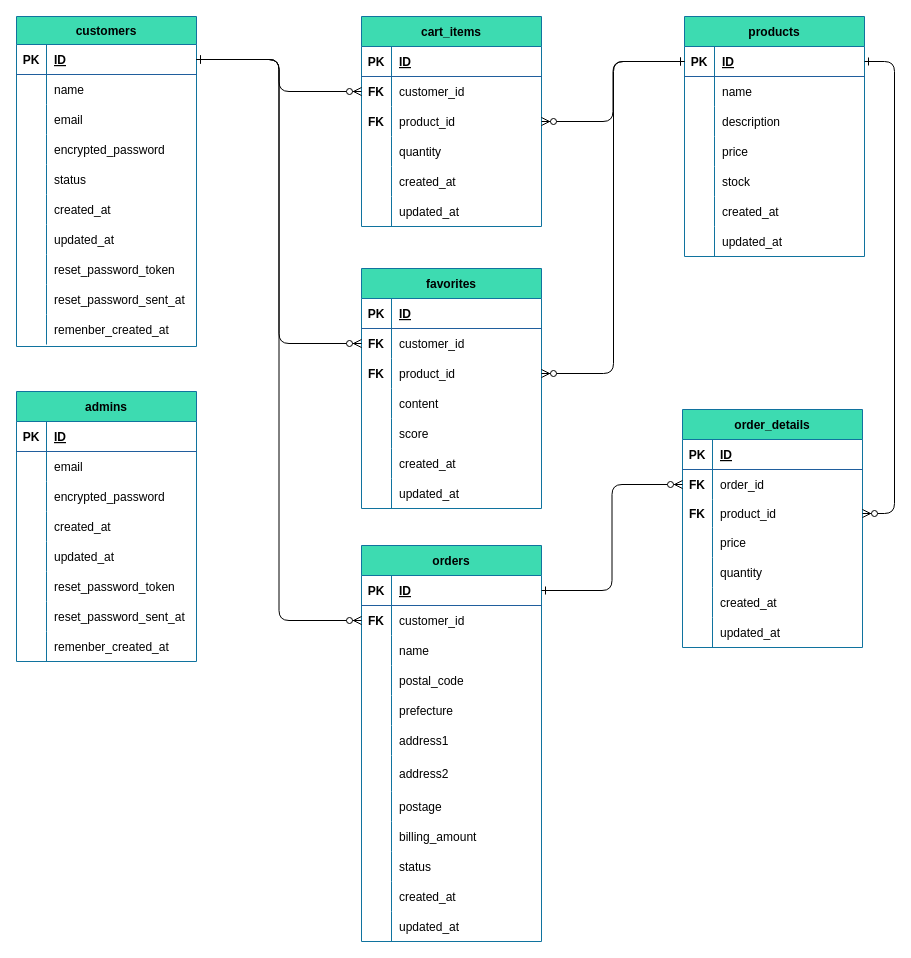
Earlier version of the draw.io diagram app/assets/drawio/er.drawio (sakuraishiho/NEW-shopfizz). Source tidied: cells renumbered, new cells numbered last; positions are measured from the earlier drawing's top-left corner, leaving out a move shared by most shapes. Both pictures are drawn from the tidied source at 100%, with x=0, y=0 at pixel (-53, 16).
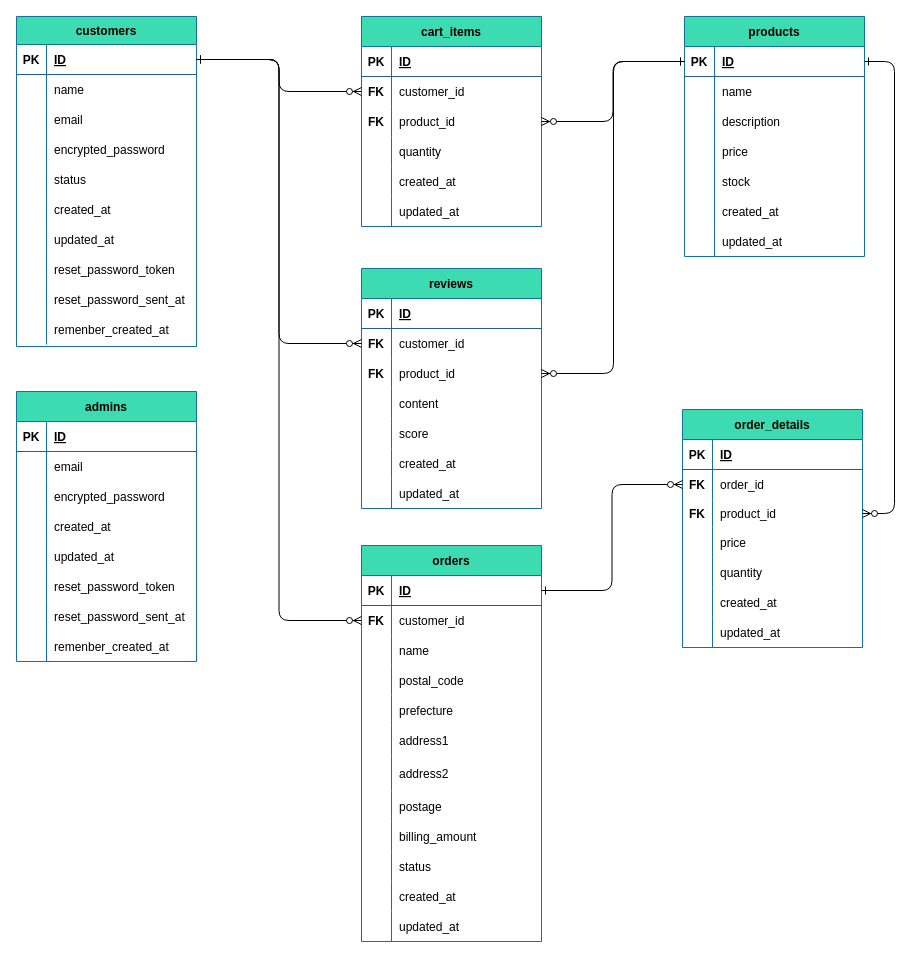
Above is the later version.

The edit, as a diff of the source:
```diff
@@
-    <mxCell id="159" value="favorites" style="shape=table;startSize=30;childLayout=tableLayout;rowLines=0;fontStyle=1;align=center;rounded=0;sketch=0;strokeColor=#10739e;strokeWidth=1;fillColor=#3ddbb1;" parent="1" vertex="1">
+    <mxCell id="159" value="reviews" style="shape=table;startSize=30;childLayout=tableLayout;rowLines=0;fontStyle=1;align=center;rounded=0;sketch=0;strokeColor=#10739e;strokeWidth=1;fillColor=#3ddbb1;" parent="1" vertex="1">
       <mxGeometry x="414" y="252" width="180" height="240" as="geometry" />
     </mxCell>
```
